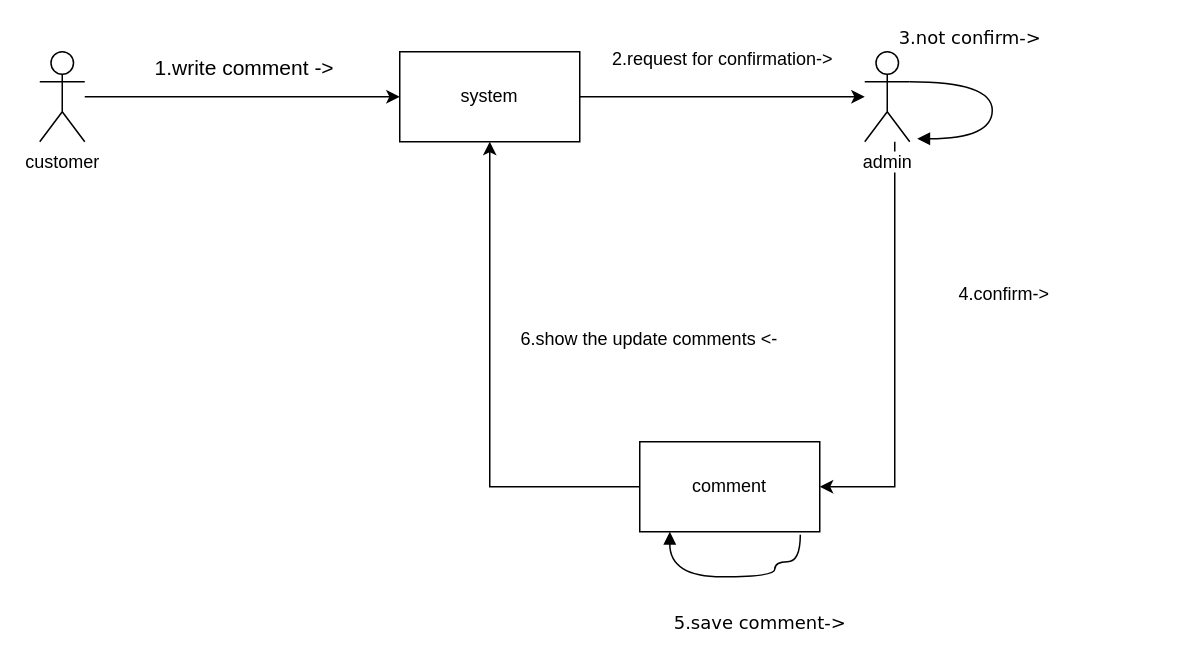
This is communication_diagram/comment.drawio from aenad/iut_foods, a draw.io file, before an edit. Source tidied: cells renumbered, new cells numbered last; positions are measured from the earlier drawing's top-left corner, leaving out a move shared by most shapes. Both pictures are drawn from the tidied source at 150%, with x=0, y=0 at pixel (39, 44).
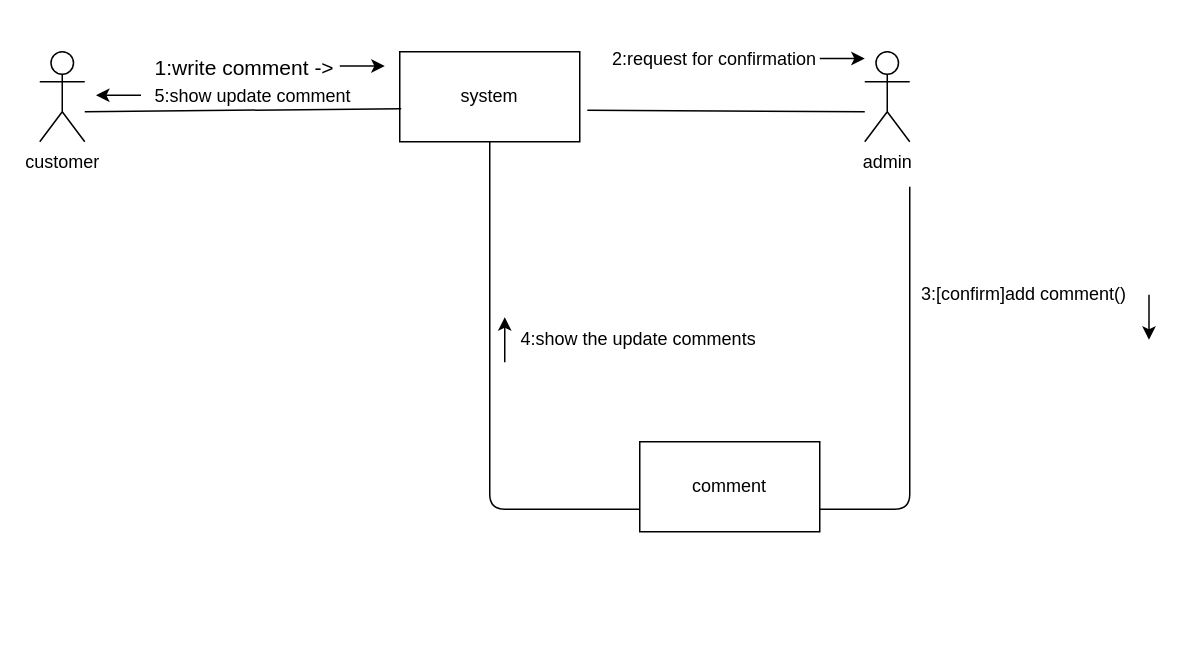
The same page after the edit.

The change refers to these unchanged cells:
```xml
<mxCell id="3" value="customer" style="shape=umlActor;verticalLabelPosition=bottom;labelBackgroundColor=#ffffff;verticalAlign=top;html=1;outlineConnect=0;" parent="1" vertex="1">
  <mxGeometry y="5" width="30" height="60" as="geometry" />
</mxCell>
<mxCell id="5" value="system" style="rounded=0;whiteSpace=wrap;html=1;" parent="1" vertex="1">
  <mxGeometry x="240" y="5" width="120" height="60" as="geometry" />
</mxCell>
<mxCell id="7" value="admin" style="shape=umlActor;verticalLabelPosition=bottom;labelBackgroundColor=#ffffff;verticalAlign=top;html=1;outlineConnect=0;" parent="1" vertex="1">
  <mxGeometry x="550" y="5" width="30" height="60" as="geometry" />
</mxCell>
<mxCell id="9" value="comment" style="rounded=0;whiteSpace=wrap;html=1;" parent="1" vertex="1">
  <mxGeometry x="400" y="265" width="120" height="60" as="geometry" />
</mxCell>
```

Diff of the diagram source:
```diff
@@
-    <mxCell id="2" style="edgeStyle=orthogonalEdgeStyle;rounded=0;jettySize=auto;html=1;" parent="1" edge="1" source="3" target="5">
-      <mxGeometry relative="1" as="geometry" />
-    </mxCell>
@@
-    <mxCell id="4" style="edgeStyle=orthogonalEdgeStyle;rounded=0;jettySize=auto;html=1;" parent="1" edge="1" source="5" target="7">
-      <mxGeometry relative="1" as="geometry" />
-    </mxCell>
@@
-    <mxCell id="6" style="edgeStyle=orthogonalEdgeStyle;rounded=0;jettySize=auto;html=1;" parent="1" edge="1" source="7" target="9">
-      <mxGeometry relative="1" as="geometry">
-        <Array as="points">
-          <mxPoint x="570" y="295" />
-        </Array>
-      </mxGeometry>
-    </mxCell>
@@
-    <mxCell id="8" style="edgeStyle=orthogonalEdgeStyle;rounded=0;jettySize=auto;html=1;entryX=0.5;entryY=1;entryDx=0;entryDy=0;" parent="1" edge="1" source="9" target="5">
-      <mxGeometry relative="1" as="geometry" />
-    </mxCell>
@@
-    <mxCell id="10" value="&lt;font style=&quot;font-size: 14px&quot;&gt;1.write comment -&amp;gt;&lt;/font&gt;" style="text;html=1;align=left;verticalAlign=top;spacingTop=-4;" parent="1" vertex="1">
-      <mxGeometry x="75" y="5" width="140" height="20" as="geometry" />
+    <mxCell id="10" value="&lt;font style=&quot;font-size: 14px&quot;&gt;1:write comment -&amp;gt;&lt;/font&gt;" style="text;html=1;align=left;verticalAlign=top;spacingTop=-4;" parent="1" vertex="1">
+      <mxGeometry x="75" y="5" width="130" height="20" as="geometry" />
     </mxCell>
-    <mxCell id="11" value="2.request for confirmation-&amp;gt;" style="text;html=1;align=left;verticalAlign=top;spacingTop=-4;" parent="1" vertex="1">
-      <mxGeometry x="380" width="160" height="10" as="geometry" />
+    <mxCell id="11" value="2:request for confirmation" style="text;html=1;align=left;verticalAlign=top;spacingTop=-4;" parent="1" vertex="1">
+      <mxGeometry x="380" width="150" height="20" as="geometry" />
     </mxCell>
-    <mxCell id="12" value="3.not confirm-&amp;gt;" style="html=1;verticalAlign=bottom;endArrow=block;labelBackgroundColor=none;fontFamily=Verdana;fontSize=12;elbow=vertical;edgeStyle=orthogonalEdgeStyle;curved=1;entryX=1;entryY=0.286;entryPerimeter=0;exitX=1.038;exitY=0.345;exitPerimeter=0;" parent="1" edge="1">
-      <mxGeometry x="-0.44" y="20" relative="1" as="geometry">
-        <mxPoint x="580" y="25" as="sourcePoint" />
-        <mxPoint x="585" y="63" as="targetPoint" />
-        <Array as="points">
-          <mxPoint x="635" y="25" />
-          <mxPoint x="635" y="63" />
-        </Array>
-      </mxGeometry>
-    </mxCell>
-    <mxCell id="13" value="4.confirm-&amp;gt;" style="text;html=1;align=left;verticalAlign=top;spacingTop=-4;" parent="1" vertex="1">
-      <mxGeometry x="611" y="157" width="80" height="10" as="geometry" />
+    <mxCell id="13" value="3:[confirm]add comment()" style="text;html=1;align=left;verticalAlign=top;spacingTop=-4;" parent="1" vertex="1">
+      <mxGeometry x="586" y="157" width="150" height="20" as="geometry" />
     </mxCell>
-    <mxCell id="14" value="5.save comment-&amp;gt;" style="html=1;verticalAlign=bottom;endArrow=block;labelBackgroundColor=none;fontFamily=Verdana;fontSize=12;elbow=vertical;edgeStyle=orthogonalEdgeStyle;curved=1;entryX=0.167;entryY=1;entryPerimeter=0;exitX=0.892;exitY=1.033;exitPerimeter=0;entryDx=0;entryDy=0;exitDx=0;exitDy=0;" parent="1" edge="1" source="9" target="9">
-      <mxGeometry x="-0.24" y="40" relative="1" as="geometry">
-        <Array as="points">
-          <mxPoint x="507" y="345" />
-          <mxPoint x="490" y="345" />
-          <mxPoint x="490" y="355" />
-          <mxPoint x="420" y="355" />
-        </Array>
-      </mxGeometry>
-    </mxCell>
-    <mxCell id="15" value="6.show the update comments &amp;lt;-" style="text;html=1;align=left;verticalAlign=top;spacingTop=-4;" parent="1" vertex="1">
-      <mxGeometry x="319" y="187" width="190" height="10" as="geometry" />
+    <mxCell id="15" value="4:show the update comments " style="text;html=1;align=left;verticalAlign=top;spacingTop=-4;" parent="1" vertex="1">
+      <mxGeometry x="319" y="187" width="170" height="20" as="geometry" />
     </mxCell>
+    <mxCell id="16" style="endArrow=none;html=1;entryX=0.008;entryY=0.633;entryDx=0;entryDy=0;entryPerimeter=0;" parent="1" edge="1" target="5">
+      <mxGeometry relative="1" as="geometry">
+        <mxPoint x="30" y="45" as="sourcePoint" />
+      </mxGeometry>
+    </mxCell>
+    <mxCell id="17" style="endArrow=none;html=1;exitX=1.042;exitY=0.65;exitDx=0;exitDy=0;exitPerimeter=0;" parent="1" edge="1" source="5">
+      <mxGeometry relative="1" as="geometry">
+        <mxPoint x="550" y="45" as="targetPoint" />
+      </mxGeometry>
+    </mxCell>
+    <mxCell id="18" style="endArrow=none;html=1;exitX=0;exitY=0.75;exitDx=0;exitDy=0;" parent="1" edge="1" source="9">
+      <mxGeometry relative="1" as="geometry">
+        <mxPoint x="300" y="65" as="targetPoint" />
+        <Array as="points">
+          <mxPoint x="300" y="310" />
+        </Array>
+      </mxGeometry>
+    </mxCell>
+    <mxCell id="19" style="endArrow=none;html=1;exitX=1;exitY=0.75;exitDx=0;exitDy=0;" parent="1" edge="1" source="9">
+      <mxGeometry relative="1" as="geometry">
+        <mxPoint x="580" y="95" as="targetPoint" />
+        <Array as="points">
+          <mxPoint x="580" y="310" />
+        </Array>
+      </mxGeometry>
+    </mxCell>
+    <mxCell id="20" value="5:show update comment" style="text;html=1;align=left;verticalAlign=top;spacingTop=-4;" parent="1" vertex="1">
+      <mxGeometry x="75" y="25" width="140" height="20" as="geometry" />
+    </mxCell>
+    <mxCell id="21" style="endArrow=classic;html=1;" parent="1" edge="1">
+      <mxGeometry relative="1" as="geometry">
+        <mxPoint x="200" y="14.5" as="sourcePoint" />
+        <mxPoint x="230" y="14.5" as="targetPoint" />
+      </mxGeometry>
+    </mxCell>
+    <mxCell id="22" style="endArrow=classic;html=1;" parent="1" edge="1">
+      <mxGeometry relative="1" as="geometry">
+        <mxPoint x="520" y="9.5" as="sourcePoint" />
+        <mxPoint x="550" y="9.5" as="targetPoint" />
+      </mxGeometry>
+    </mxCell>
+    <mxCell id="23" style="endArrow=classic;html=1;" parent="1" edge="1">
+      <mxGeometry relative="1" as="geometry">
+        <mxPoint x="67.5" y="34" as="sourcePoint" />
+        <mxPoint x="37.5" y="34" as="targetPoint" />
+        <Array as="points">
+          <mxPoint x="42.5" y="34" />
+        </Array>
+      </mxGeometry>
+    </mxCell>
+    <mxCell id="24" style="endArrow=classic;html=1;" parent="1" edge="1">
+      <mxGeometry relative="1" as="geometry">
+        <mxPoint x="739.5" y="167" as="sourcePoint" />
+        <mxPoint x="739.5" y="197" as="targetPoint" />
+      </mxGeometry>
+    </mxCell>
+    <mxCell id="25" style="endArrow=classic;html=1;" parent="1" edge="1">
+      <mxGeometry relative="1" as="geometry">
+        <mxPoint x="310" y="212" as="sourcePoint" />
+        <mxPoint x="310" y="182" as="targetPoint" />
+      </mxGeometry>
+    </mxCell>
```
